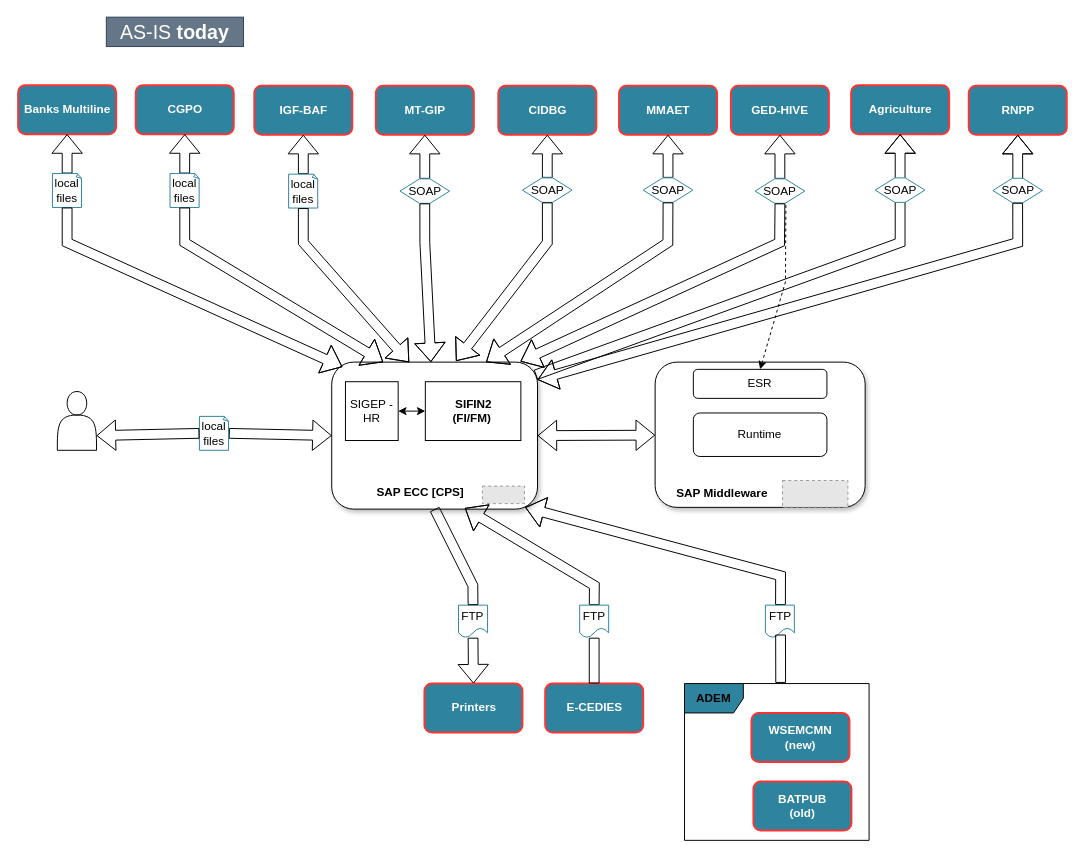
Above: page "AsIs-Today" (1 of 3) of my_diagram.drawio in efelman/my_diagrams (draw.io), before the change. Source tidied: cells renumbered, new cells numbered last; positions are measured from the earlier drawing's top-left corner, leaving out a move shared by most shapes. Both pictures are drawn from the tidied source at 98%, with x=0, y=0 at pixel (18, 17). Pictures stored in the file or linked from it are replaced by grey dashed boxes.
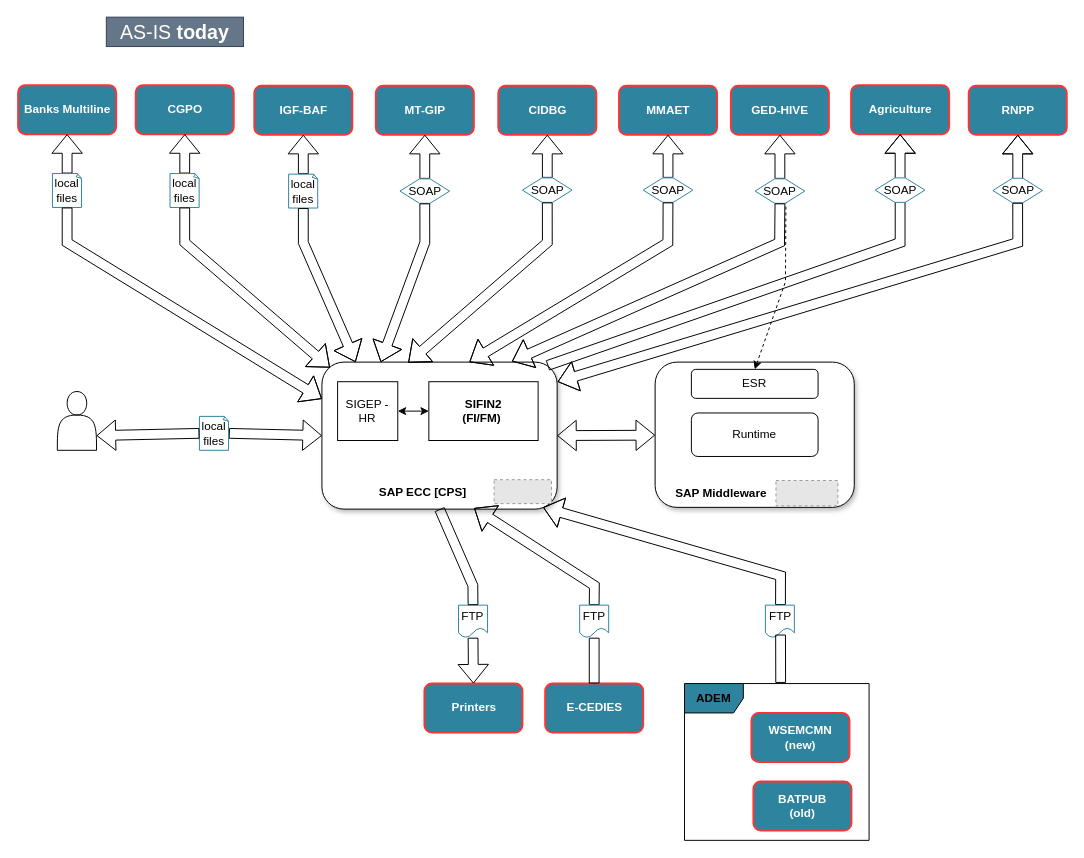
The same page after the edit.

The change refers to these unchanged cells:
```xml
<mxCell id="22" value="SOAP" style="shape=hexagon;perimeter=hexagonPerimeter2;whiteSpace=wrap;html=1;fixedSize=1;strokeColor=#2E849E;" parent="1" vertex="1">
  <mxGeometry x="389.6" y="165" width="50.7" height="25" as="geometry" />
</mxCell>
<mxCell id="25" value="local files" style="whiteSpace=wrap;html=1;shape=mxgraph.basic.document;strokeColor=#2E849E;" parent="1" vertex="1">
  <mxGeometry x="276" y="160.2" width="30" height="34.6" as="geometry" />
</mxCell>
<mxCell id="29" value="SOAP" style="shape=hexagon;perimeter=hexagonPerimeter2;whiteSpace=wrap;html=1;fixedSize=1;strokeColor=#2E849E;" parent="1" vertex="1">
  <mxGeometry x="514.6" y="164" width="50.7" height="25" as="geometry" />
</mxCell>
<mxCell id="33" value="SOAP" style="shape=hexagon;perimeter=hexagonPerimeter2;whiteSpace=wrap;html=1;fixedSize=1;strokeColor=#2E849E;" parent="1" vertex="1">
  <mxGeometry x="637.8" y="164" width="50.7" height="25" as="geometry" />
</mxCell>
<mxCell id="37" value="local files" style="whiteSpace=wrap;html=1;shape=mxgraph.basic.document;strokeColor=#2E849E;" parent="1" vertex="1">
  <mxGeometry x="155" y="159.6" width="30" height="34.6" as="geometry" />
</mxCell>
<mxCell id="41" value="local files" style="whiteSpace=wrap;html=1;shape=mxgraph.basic.document;strokeColor=#2E849E;" parent="1" vertex="1">
  <mxGeometry x="35" y="159.6" width="30" height="34.6" as="geometry" />
</mxCell>
<mxCell id="45" value="SOAP" style="shape=hexagon;perimeter=hexagonPerimeter2;whiteSpace=wrap;html=1;fixedSize=1;strokeColor=#2E849E;" parent="1" vertex="1">
  <mxGeometry x="752" y="165" width="50.7" height="25" as="geometry" />
</mxCell>
<mxCell id="56" value="&lt;font color=&quot;#ffffff&quot;&gt;Agriculture&lt;/font&gt;" style="dashed=0;html=1;rounded=1;fillColor=#2E849E;strokeColor=#FF3333;fontSize=12;align=center;fontStyle=1;strokeWidth=2;fontColor=#42526E;" parent="1" vertex="1">
  <mxGeometry x="850" y="69.4" width="100" height="50" as="geometry" />
</mxCell>
<mxCell id="60" value="SOAP" style="shape=hexagon;perimeter=hexagonPerimeter2;whiteSpace=wrap;html=1;fixedSize=1;strokeColor=#2E849E;" parent="1" vertex="1">
  <mxGeometry x="994.6" y="164.4" width="50.7" height="25" as="geometry" />
</mxCell>
```

Diff of the diagram source:
```diff
@@
     <mxCell id="3" style="group;" parent="1" vertex="1">
-      <mxGeometry x="310" y="250" width="360" height="200" as="geometry" />
+      <mxGeometry x="310" y="250" width="550" height="250.2" as="geometry" />
     </mxCell>
     <mxCell id="4" style="group;" parent="3" vertex="1">
-      <mxGeometry x="340" y="102" width="221.4" height="148.2" as="geometry" />
+      <mxGeometry x="340" y="102" width="210" height="148.2" as="geometry" />
     </mxCell>
     <mxCell id="5" style="rounded=1;whiteSpace=wrap;html=1;shadow=1;" parent="4" vertex="1">
-      <mxGeometry width="214.3" height="148.2" as="geometry" />
+      <mxGeometry width="203.2" height="148.2" as="geometry" />
     </mxCell>
     <mxCell id="6" style="fillColor=#E6E6E6;strokeColor=#999999;dashed=1;verticalLabelPosition=bottom;labelBackgroundColor=#ffffff;verticalAlign=top;" parent="4" vertex="1">
-      <mxGeometry x="130" y="120.8" width="66.7" height="27.3" as="geometry" />
+      <mxGeometry x="123.3" y="120.8" width="63.2" height="25.9" as="geometry" />
     </mxCell>
     <mxCell id="7" value="ESR" style="rounded=1;whiteSpace=wrap;html=1;" parent="4" vertex="1">
-      <mxGeometry x="39" y="7.4" width="136.3" height="29.6" as="geometry" />
+      <mxGeometry x="37" y="7.4" width="129.3" height="29.6" as="geometry" />
     </mxCell>
     <mxCell id="8" value="Runtime" style="rounded=1;whiteSpace=wrap;html=1;" parent="4" vertex="1">
-      <mxGeometry x="39" y="51.9" width="136.3" height="44.4" as="geometry" />
+      <mxGeometry x="37" y="51.9" width="129.3" height="44.4" as="geometry" />
     </mxCell>
     <mxCell id="9" value="&lt;b&gt;SAP Middleware&lt;/b&gt;" style="text;html=1;strokeColor=none;fillColor=none;align=left;verticalAlign=middle;whiteSpace=wrap;rounded=0;" parent="4" vertex="1">
-      <mxGeometry x="20" y="126" width="101" height="16.9" as="geometry" />
+      <mxGeometry x="19" y="126" width="95.8" height="16.9" as="geometry" />
     </mxCell>
@@
     <mxCell id="13" style="group;" parent="1" vertex="1">
-      <mxGeometry x="320" y="352" width="210" height="150" as="geometry" />
+      <mxGeometry x="310" y="352" width="240" height="150" as="geometry" />
     </mxCell>
     <mxCell id="14" style="rounded=1;whiteSpace=wrap;html=1;shadow=1;glass=0;sketch=0;" parent="13" vertex="1">
-      <mxGeometry width="210" height="150" as="geometry" />
+      <mxGeometry width="240" height="150" as="geometry" />
     </mxCell>
     <mxCell id="15" style="fillColor=#E6E6E6;strokeColor=#999999;dashed=1;verticalLabelPosition=bottom;labelBackgroundColor=default;verticalAlign=top;" parent="13" vertex="1">
-      <mxGeometry x="153.8" y="126.5" width="42.9" height="17.9" as="geometry" />
+      <mxGeometry x="175.7" y="120" width="58.6" height="24.4" as="geometry" />
     </mxCell>
     <mxCell id="16" value="SIGEP - HR" style="rounded=0;whiteSpace=wrap;html=1;" parent="13" vertex="1">
-      <mxGeometry x="14" y="20" width="53.8" height="60" as="geometry" />
+      <mxGeometry x="16" y="20" width="61.4" height="60" as="geometry" />
     </mxCell>
     <mxCell id="17" value="&lt;b&gt;&amp;nbsp;SAP ECC [CPS]&lt;/b&gt;" style="text;html=1;strokeColor=none;fillColor=none;align=center;verticalAlign=middle;whiteSpace=wrap;rounded=0;" parent="13" vertex="1">
-      <mxGeometry x="23.7" y="126.5" width="130" height="12.8" as="geometry" />
+      <mxGeometry x="27.1" y="126.5" width="148.6" height="12.8" as="geometry" />
     </mxCell>
     <mxCell id="18" value="&lt;b&gt;SIFIN2&lt;br&gt;(FI/FM)&amp;nbsp;&lt;/b&gt;" style="rounded=0;whiteSpace=wrap;html=1;" parent="13" vertex="1">
-      <mxGeometry x="95.5" y="20" width="97.5" height="60" as="geometry" />
+      <mxGeometry x="109.1" y="20" width="111.5" height="60" as="geometry" />
     </mxCell>
@@
-    <mxCell id="23" style="shape=flexArrow;endArrow=none;startArrow=classic;html=1;rounded=0;fontColor=#FFFFFF;entryX=0.5;entryY=1;entryDx=0;entryDy=0;" parent="1" edge="1" source="14" target="22">
+    <mxCell id="23" style="shape=flexArrow;endArrow=none;startArrow=classic;html=1;rounded=0;fontColor=#FFFFFF;entryX=0.5;entryY=1;entryDx=0;entryDy=0;exitX=0.25;exitY=0;exitDx=0;exitDy=0;" parent="1" edge="1" source="14" target="22">
       <mxGeometry relative="1" as="geometry">
         <Array as="points">
           <mxPoint x="415" y="230" />
         </Array>
       </mxGeometry>
     </mxCell>
@@
-    <mxCell id="26" style="shape=flexArrow;endArrow=none;startArrow=classic;html=1;rounded=0;fontColor=#FFFFFF;entryX=0.5;entryY=1;entryDx=0;entryDy=0;exitX=0.376;exitY=0.001;exitDx=0;exitDy=0;exitPerimeter=0;" parent="1" edge="1" source="14" target="25">
+    <mxCell id="26" style="shape=flexArrow;endArrow=none;startArrow=classic;html=1;rounded=0;fontColor=#FFFFFF;entryX=0.5;entryY=1;entryDx=0;entryDy=0;exitX=0.143;exitY=0;exitDx=0;exitDy=0;exitPerimeter=0;" parent="1" edge="1" source="14" target="25">
       <mxGeometry relative="1" as="geometry">
         <Array as="points">
           <mxPoint x="291" y="230" />
         </Array>
       </mxGeometry>
     </mxCell>
@@
-    <mxCell id="30" style="shape=flexArrow;endArrow=none;startArrow=classic;html=1;rounded=0;fontColor=#FFFFFF;entryX=0.5;entryY=1;entryDx=0;entryDy=0;exitX=0.604;exitY=-0.007;exitDx=0;exitDy=0;exitPerimeter=0;" parent="1" edge="1" source="14" target="29">
+    <mxCell id="30" style="shape=flexArrow;endArrow=none;startArrow=classic;html=1;rounded=0;fontColor=#FFFFFF;entryX=0.5;entryY=1;entryDx=0;entryDy=0;exitX=0.367;exitY=0.004;exitDx=0;exitDy=0;exitPerimeter=0;" parent="1" edge="1" source="14" target="29">
       <mxGeometry relative="1" as="geometry">
         <Array as="points">
           <mxPoint x="540" y="230" />
         </Array>
       </mxGeometry>
     </mxCell>
@@
-    <mxCell id="34" style="shape=flexArrow;endArrow=none;startArrow=classic;html=1;rounded=0;fontColor=#FFFFFF;entryX=0.5;entryY=1;entryDx=0;entryDy=0;exitX=0.75;exitY=0;exitDx=0;exitDy=0;" parent="1" edge="1" source="14" target="33">
+    <mxCell id="34" style="shape=flexArrow;endArrow=none;startArrow=classic;html=1;rounded=0;fontColor=#FFFFFF;entryX=0.5;entryY=1;entryDx=0;entryDy=0;exitX=0.627;exitY=0;exitDx=0;exitDy=0;exitPerimeter=0;" parent="1" edge="1" source="14" target="33">
       <mxGeometry relative="1" as="geometry">
         <Array as="points">
           <mxPoint x="663" y="230" />
         </Array>
       </mxGeometry>
     </mxCell>
@@
-    <mxCell id="38" style="shape=flexArrow;endArrow=none;startArrow=classic;html=1;rounded=0;fontColor=#FFFFFF;entryX=0.5;entryY=1;entryDx=0;entryDy=0;exitX=0.25;exitY=0;exitDx=0;exitDy=0;" parent="1" edge="1" source="14" target="37">
+    <mxCell id="38" style="shape=flexArrow;endArrow=none;startArrow=classic;html=1;rounded=0;fontColor=#FFFFFF;entryX=0.5;entryY=1;entryDx=0;entryDy=0;exitX=0.034;exitY=0.037;exitDx=0;exitDy=0;exitPerimeter=0;" parent="1" edge="1" source="14" target="37">
       <mxGeometry relative="1" as="geometry">
         <Array as="points">
           <mxPoint x="170" y="230" />
         </Array>
       </mxGeometry>
     </mxCell>
@@
-    <mxCell id="42" style="shape=flexArrow;endArrow=none;startArrow=classic;html=1;rounded=0;fontColor=#FFFFFF;entryX=0.5;entryY=1;entryDx=0;entryDy=0;exitX=0.052;exitY=0.033;exitDx=0;exitDy=0;exitPerimeter=0;" parent="1" edge="1" source="14" target="41">
+    <mxCell id="42" style="shape=flexArrow;endArrow=none;startArrow=classic;html=1;rounded=0;fontColor=#FFFFFF;entryX=0.5;entryY=1;entryDx=0;entryDy=0;exitX=0;exitY=0.25;exitDx=0;exitDy=0;" parent="1" edge="1" source="14" target="41">
       <mxGeometry relative="1" as="geometry">
         <Array as="points">
           <mxPoint x="50" y="230" />
         </Array>
       </mxGeometry>
     </mxCell>
@@
-    <mxCell id="46" style="shape=flexArrow;endArrow=none;startArrow=classic;html=1;rounded=0;fontColor=#FFFFFF;entryX=0.5;entryY=1;entryDx=0;entryDy=0;exitX=0.917;exitY=-0.004;exitDx=0;exitDy=0;exitPerimeter=0;" parent="1" edge="1" source="14" target="45">
+    <mxCell id="46" style="shape=flexArrow;endArrow=none;startArrow=classic;html=1;rounded=0;fontColor=#FFFFFF;entryX=0.5;entryY=1;entryDx=0;entryDy=0;exitX=0.808;exitY=-0.005;exitDx=0;exitDy=0;exitPerimeter=0;" parent="1" edge="1" source="14" target="45">
       <mxGeometry relative="1" as="geometry">
         <Array as="points">
           <mxPoint x="777" y="230" />
         </Array>
       </mxGeometry>
     </mxCell>
@@
-    <mxCell id="57" style="shape=flexArrow;endArrow=classic;html=1;rounded=0;fontColor=#FFFFFF;entryX=0.5;entryY=1;entryDx=0;entryDy=0;exitX=0.99;exitY=0.087;exitDx=0;exitDy=0;exitPerimeter=0;" parent="1" edge="1" source="14" target="56">
+    <mxCell id="57" style="shape=flexArrow;endArrow=classic;html=1;rounded=0;fontColor=#FFFFFF;entryX=0.5;entryY=1;entryDx=0;entryDy=0;exitX=0.959;exitY=0.023;exitDx=0;exitDy=0;exitPerimeter=0;" parent="1" edge="1" source="14" target="56">
       <mxGeometry relative="1" as="geometry">
         <Array as="points">
           <mxPoint x="900" y="230" />
         </Array>
       </mxGeometry>
     </mxCell>
@@
-    <mxCell id="61" style="shape=flexArrow;endArrow=none;startArrow=classic;html=1;rounded=0;fontColor=#FFFFFF;entryX=0.5;entryY=1;entryDx=0;entryDy=0;" parent="1" edge="1" target="60">
+    <mxCell id="61" style="shape=flexArrow;endArrow=none;startArrow=classic;html=1;rounded=0;fontColor=#FFFFFF;entryX=0.5;entryY=1;entryDx=0;entryDy=0;exitX=1.002;exitY=0.134;exitDx=0;exitDy=0;exitPerimeter=0;" parent="1" edge="1" source="14" target="60">
       <mxGeometry relative="1" as="geometry">
-        <mxPoint x="530" y="370" as="sourcePoint" />
         <Array as="points">
           <mxPoint x="1020" y="230" />
         </Array>
       </mxGeometry>
     </mxCell>
```
